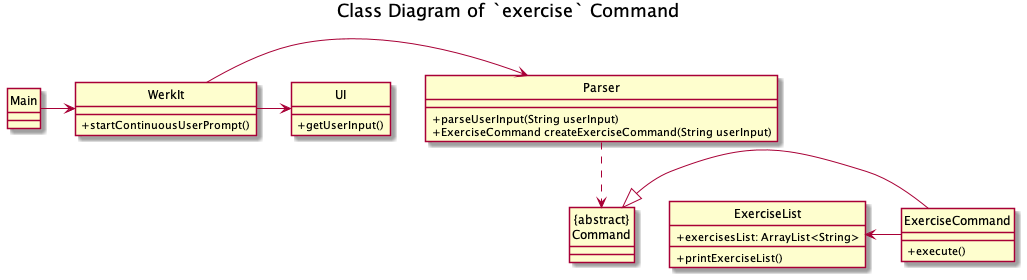
Above: docs/uml/classDiagrams/images/exercise.png in nus-cs2113-AY2122S2/tp (PlantUML), before the change.
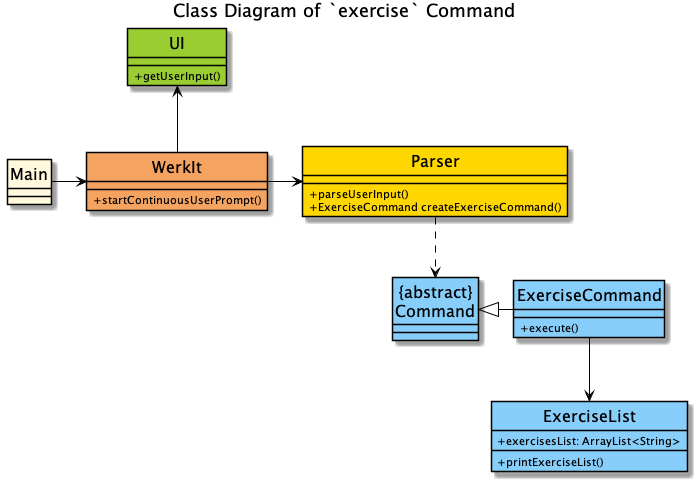
The same diagram one commit later.

Diff of the diagram source:
```diff
@@ -1,38 +1,43 @@
 @startuml
+!include ../Style.puml
+
 hide circle
 skinparam classAttributeIconSize 0
+skinparam classFontSize 16
 title Class Diagram of `exercise` Command
 Main -> WerkIt
 WerkIt -> Parser
-WerkIt -> UI
-ExerciseList <- ExerciseCommand
+WerkIt -up-> UI
+ExerciseList <-up- ExerciseCommand
 "{abstract}\nCommand" <|- ExerciseCommand
 
+class Main COLOR_MAIN {
 
+}
 Parser ..> "{abstract}\nCommand"
-class WerkIt {
+class WerkIt #Sandybrown {
 + startContinuousUserPrompt()
 }
 
-
-class Main {
-
+class "{abstract}\nCommand" #LightSkyBlue {
 }
 
-class ExerciseCommand {
+
+
+class ExerciseCommand #LightSkyBlue {
 + execute()
 }
 
-class UI {
+class UI #YellowGreen {
 + getUserInput()
 }
 
-class Parser {
-+ parseUserInput(String userInput)
-+ ExerciseCommand createExerciseCommand(String userInput)
+class Parser #Gold {
++ parseUserInput()
++ ExerciseCommand createExerciseCommand()
 }
 
-class ExerciseList {
+class ExerciseList #LightSkyBlue {
 + exercisesList: ArrayList<String>
 + printExerciseList()
 }
```
